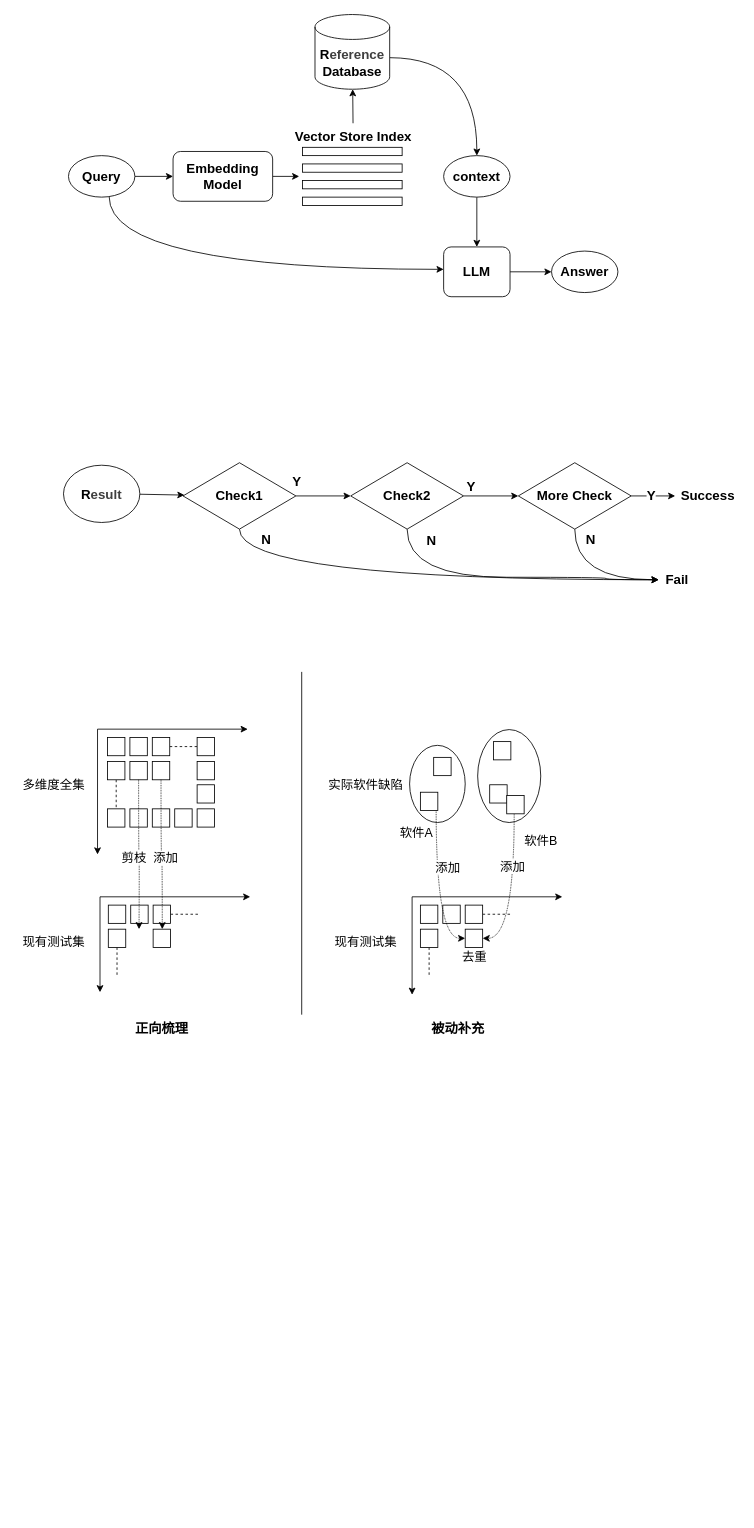
HewangMa/ustcthesis keeps this draw.io diagram as figures/figure.drawio. Above is the earlier version. Source tidied: cells renumbered, new cells numbered last; positions are measured from the earlier drawing's top-left corner, leaving out a move shared by most shapes. Both pictures are drawn from the tidied source at 83%, with x=0, y=0 at pixel (14, 14).
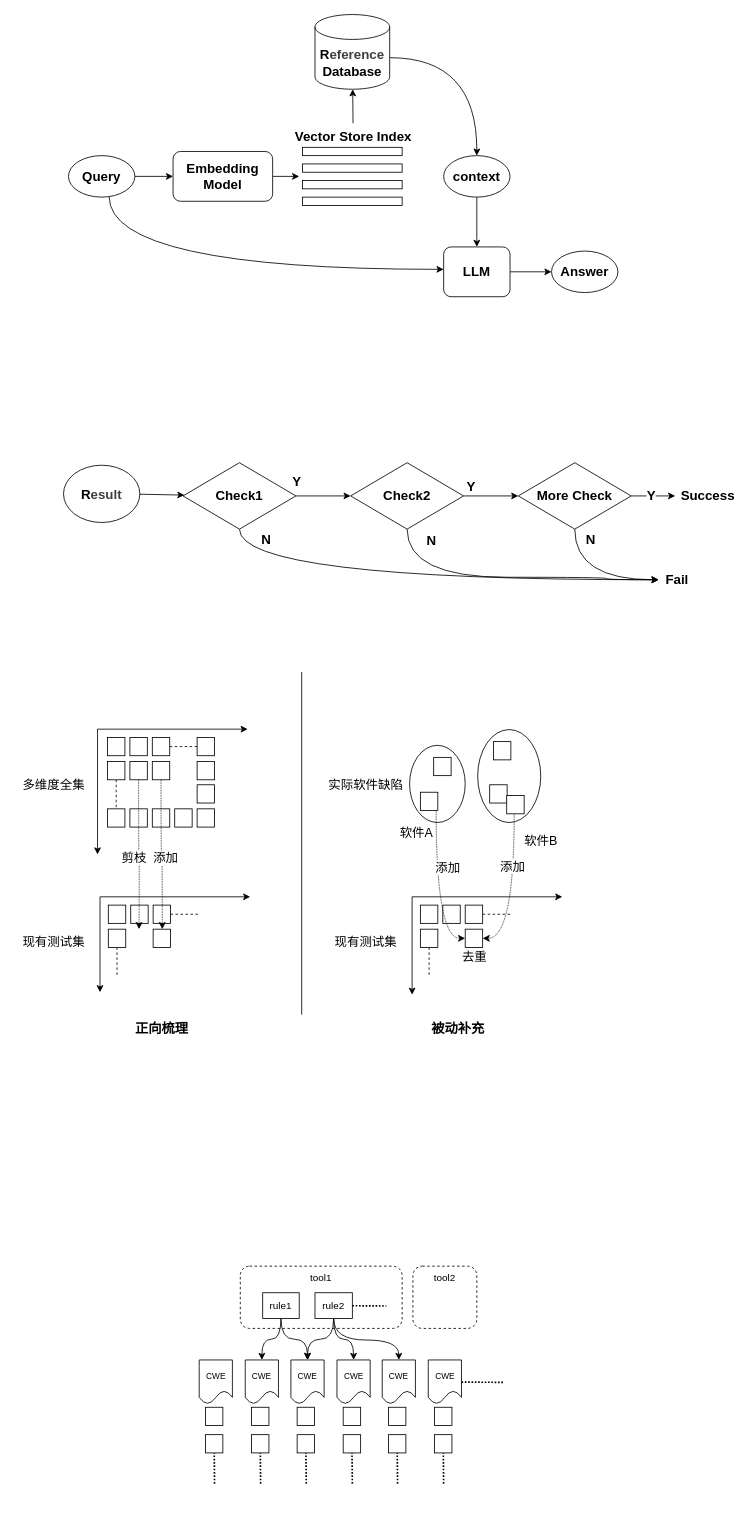
Above is the later version.

What changed in the source:
```diff
@@
+    <mxCell id="103" value="tool1" style="rounded=1;whiteSpace=wrap;html=1;verticalAlign=top;dashed=1;" parent="1" vertex="1">
+      <mxGeometry x="272" y="1508" width="195" height="75" as="geometry" />
+    </mxCell>
@@
+    <mxCell id="104" style="group;" parent="1" vertex="1">
+      <mxGeometry x="222.5" y="1621" width="40" height="185" as="geometry" />
+    </mxCell>
+    <mxCell id="105" value="CWE" style="shape=document;whiteSpace=wrap;html=1;boundedLbl=1;fontSize=10;" parent="104" vertex="1">
+      <mxGeometry width="40" height="53" as="geometry" />
+    </mxCell>
+    <mxCell id="106" style="group;" parent="1" vertex="1">
+      <mxGeometry x="278" y="1621" width="40" height="185" as="geometry" />
+    </mxCell>
+    <mxCell id="107" value="CWE" style="shape=document;whiteSpace=wrap;html=1;boundedLbl=1;fontSize=10;" parent="106" vertex="1">
+      <mxGeometry width="40" height="53" as="geometry" />
+    </mxCell>
+    <mxCell id="108" style="group;" parent="1" vertex="1">
+      <mxGeometry x="333" y="1621" width="40" height="185" as="geometry" />
+    </mxCell>
+    <mxCell id="109" value="CWE" style="shape=document;whiteSpace=wrap;html=1;boundedLbl=1;fontSize=10;" parent="108" vertex="1">
+      <mxGeometry width="40" height="53" as="geometry" />
+    </mxCell>
+    <mxCell id="110" style="group;" parent="1" vertex="1">
+      <mxGeometry x="388.5" y="1621" width="129.5" height="185" as="geometry" />
+    </mxCell>
+    <mxCell id="111" value="CWE" style="shape=document;whiteSpace=wrap;html=1;boundedLbl=1;fontSize=10;" parent="110" vertex="1">
+      <mxGeometry width="40" height="53" as="geometry" />
+    </mxCell>
+    <mxCell id="112" style="whiteSpace=wrap;html=1;fontSize=15;" parent="110" vertex="1">
+      <mxGeometry x="-158.5" y="57" width="21" height="22" as="geometry" />
+    </mxCell>
+    <mxCell id="113" style="whiteSpace=wrap;html=1;fontSize=15;" parent="110" vertex="1">
+      <mxGeometry x="-158.5" y="90" width="21" height="22" as="geometry" />
+    </mxCell>
+    <mxCell id="114" style="endArrow=none;dashed=1;html=1;dashPattern=1 1;strokeWidth=2;" parent="110" edge="1" target="113">
+      <mxGeometry relative="1" as="geometry">
+        <mxPoint x="-147.5" y="149" as="sourcePoint" />
+      </mxGeometry>
+    </mxCell>
+    <mxCell id="115" style="whiteSpace=wrap;html=1;fontSize=15;" parent="110" vertex="1">
+      <mxGeometry x="-103" y="57" width="21" height="22" as="geometry" />
+    </mxCell>
+    <mxCell id="116" style="whiteSpace=wrap;html=1;fontSize=15;" parent="110" vertex="1">
+      <mxGeometry x="-103" y="90" width="21" height="22" as="geometry" />
+    </mxCell>
+    <mxCell id="117" style="endArrow=none;dashed=1;html=1;dashPattern=1 1;strokeWidth=2;" parent="110" edge="1" target="116">
+      <mxGeometry relative="1" as="geometry">
+        <mxPoint x="-92" y="149" as="sourcePoint" />
+      </mxGeometry>
+    </mxCell>
+    <mxCell id="118" style="whiteSpace=wrap;html=1;fontSize=15;" parent="110" vertex="1">
+      <mxGeometry x="-48" y="57" width="21" height="22" as="geometry" />
+    </mxCell>
+    <mxCell id="119" style="whiteSpace=wrap;html=1;fontSize=15;" parent="110" vertex="1">
+      <mxGeometry x="-48" y="90" width="21" height="22" as="geometry" />
+    </mxCell>
+    <mxCell id="120" style="endArrow=none;dashed=1;html=1;dashPattern=1 1;strokeWidth=2;" parent="110" edge="1" target="119">
+      <mxGeometry relative="1" as="geometry">
+        <mxPoint x="-37" y="149" as="sourcePoint" />
+      </mxGeometry>
+    </mxCell>
+    <mxCell id="121" style="whiteSpace=wrap;html=1;fontSize=15;" parent="110" vertex="1">
+      <mxGeometry x="7.5" y="57" width="21" height="22" as="geometry" />
+    </mxCell>
+    <mxCell id="122" style="whiteSpace=wrap;html=1;fontSize=15;" parent="110" vertex="1">
+      <mxGeometry x="7.5" y="90" width="21" height="22" as="geometry" />
+    </mxCell>
+    <mxCell id="123" style="endArrow=none;dashed=1;html=1;dashPattern=1 1;strokeWidth=2;" parent="110" edge="1" target="122">
+      <mxGeometry relative="1" as="geometry">
+        <mxPoint x="18.5" y="149" as="sourcePoint" />
+      </mxGeometry>
+    </mxCell>
+    <mxCell id="124" style="whiteSpace=wrap;html=1;fontSize=15;" parent="110" vertex="1">
+      <mxGeometry x="62" y="57" width="21" height="22" as="geometry" />
+    </mxCell>
+    <mxCell id="125" style="whiteSpace=wrap;html=1;fontSize=15;" parent="110" vertex="1">
+      <mxGeometry x="62" y="90" width="21" height="22" as="geometry" />
+    </mxCell>
+    <mxCell id="126" style="endArrow=none;dashed=1;html=1;dashPattern=1 1;strokeWidth=2;" parent="110" edge="1" target="125">
+      <mxGeometry relative="1" as="geometry">
+        <mxPoint x="73" y="149" as="sourcePoint" />
+      </mxGeometry>
+    </mxCell>
+    <mxCell id="127" style="whiteSpace=wrap;html=1;fontSize=15;" parent="110" vertex="1">
+      <mxGeometry x="117.5" y="57" width="21" height="22" as="geometry" />
+    </mxCell>
+    <mxCell id="128" style="whiteSpace=wrap;html=1;fontSize=15;" parent="110" vertex="1">
+      <mxGeometry x="117.5" y="90" width="21" height="22" as="geometry" />
+    </mxCell>
+    <mxCell id="129" style="endArrow=none;dashed=1;html=1;dashPattern=1 1;strokeWidth=2;" parent="110" edge="1" target="128">
+      <mxGeometry relative="1" as="geometry">
+        <mxPoint x="128.5" y="149" as="sourcePoint" />
+      </mxGeometry>
+    </mxCell>
+    <mxCell id="130" style="group;" parent="1" vertex="1">
+      <mxGeometry x="443" y="1621" width="40" height="185" as="geometry" />
+    </mxCell>
+    <mxCell id="131" value="CWE" style="shape=document;whiteSpace=wrap;html=1;boundedLbl=1;fontSize=10;" parent="130" vertex="1">
+      <mxGeometry width="40" height="53" as="geometry" />
+    </mxCell>
+    <mxCell id="132" style="group;" parent="1" vertex="1">
+      <mxGeometry x="498.5" y="1621" width="40" height="185" as="geometry" />
+    </mxCell>
+    <mxCell id="133" value="CWE" style="shape=document;whiteSpace=wrap;html=1;boundedLbl=1;fontSize=10;" parent="132" vertex="1">
+      <mxGeometry width="40" height="53" as="geometry" />
+    </mxCell>
+    <mxCell id="134" style="endArrow=none;dashed=1;html=1;dashPattern=1 1;strokeWidth=2;" parent="1" edge="1" source="133">
+      <mxGeometry relative="1" as="geometry">
+        <mxPoint x="590" y="1648" as="targetPoint" />
+      </mxGeometry>
+    </mxCell>
+    <mxCell id="135" style="edgeStyle=orthogonalEdgeStyle;html=1;curved=1;" parent="1" edge="1" source="137" target="109">
+      <mxGeometry relative="1" as="geometry" />
+    </mxCell>
+    <mxCell id="136" style="edgeStyle=orthogonalEdgeStyle;html=1;curved=1;" parent="1" edge="1" source="137" target="107">
+      <mxGeometry relative="1" as="geometry" />
+    </mxCell>
+    <mxCell id="137" value="rule1" style="rounded=0;whiteSpace=wrap;html=1;" parent="1" vertex="1">
+      <mxGeometry x="299" y="1540" width="44" height="31" as="geometry" />
+    </mxCell>
+    <mxCell id="138" style="edgeStyle=orthogonalEdgeStyle;html=1;curved=1;" parent="1" edge="1" source="141" target="109">
+      <mxGeometry relative="1" as="geometry">
+        <Array as="points">
+          <mxPoint x="385" y="1596" />
+          <mxPoint x="353" y="1596" />
+        </Array>
+      </mxGeometry>
+    </mxCell>
+    <mxCell id="139" style="edgeStyle=orthogonalEdgeStyle;html=1;curved=1;" parent="1" edge="1" source="141" target="111">
+      <mxGeometry relative="1" as="geometry" />
+    </mxCell>
+    <mxCell id="140" style="edgeStyle=orthogonalEdgeStyle;html=1;curved=1;" parent="1" edge="1" source="141" target="131">
+      <mxGeometry relative="1" as="geometry">
+        <Array as="points">
+          <mxPoint x="385" y="1597" />
+          <mxPoint x="463" y="1597" />
+        </Array>
+      </mxGeometry>
+    </mxCell>
+    <mxCell id="141" value="rule2" style="rounded=0;whiteSpace=wrap;html=1;" parent="1" vertex="1">
+      <mxGeometry x="362" y="1540" width="45" height="31" as="geometry" />
+    </mxCell>
+    <mxCell id="142" style="endArrow=none;dashed=1;html=1;dashPattern=1 1;strokeWidth=2;" parent="1" edge="1" source="141">
+      <mxGeometry relative="1" as="geometry">
+        <mxPoint x="448" y="1556" as="targetPoint" />
+      </mxGeometry>
+    </mxCell>
+    <mxCell id="143" value="tool2" style="rounded=1;whiteSpace=wrap;html=1;verticalAlign=top;dashed=1;" parent="1" vertex="1">
+      <mxGeometry x="480" y="1508" width="77" height="75" as="geometry" />
+    </mxCell>
```
